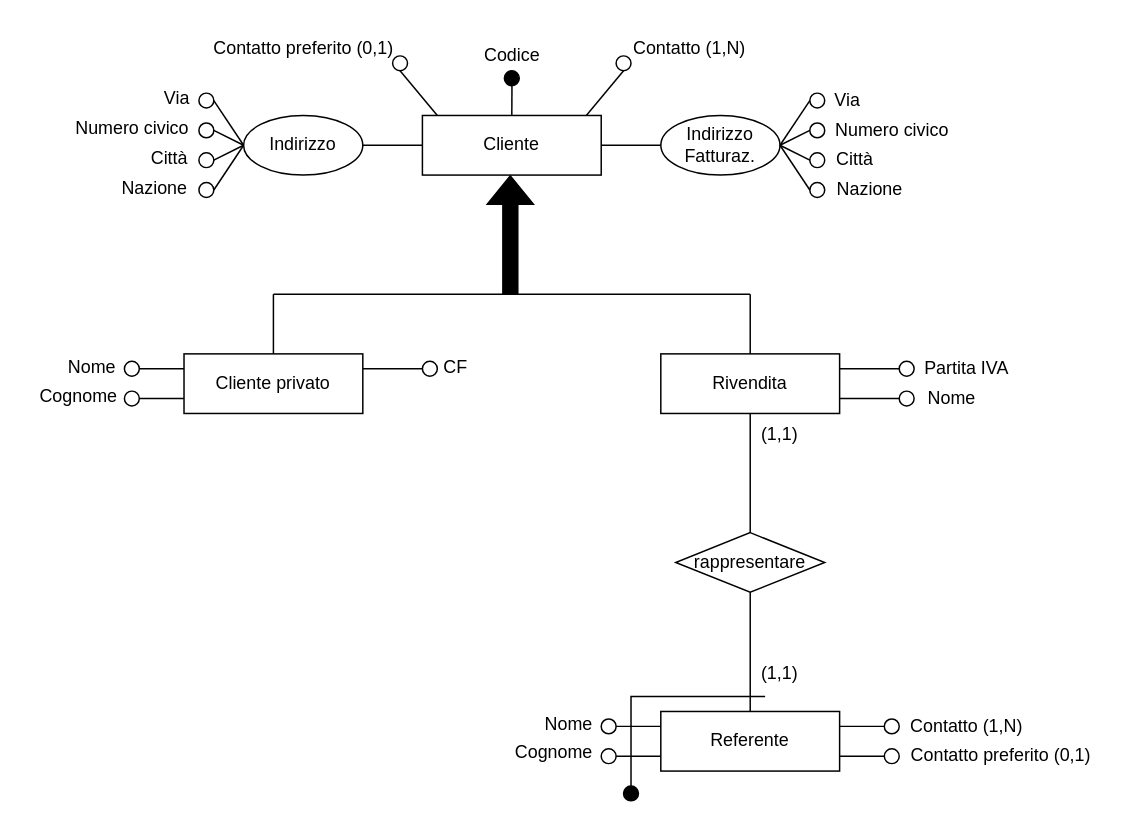
Before: ER-diagrams/ER-Clienti-bis.drawio in nic-agos/Verde-S.R.L, a draw.io diagram. Source tidied: cells renumbered, new cells numbered last; positions are measured from the earlier drawing's top-left corner, leaving out a move shared by most shapes. Both pictures are drawn from the tidied source at 149%, with x=0, y=0 at pixel (25, 33).
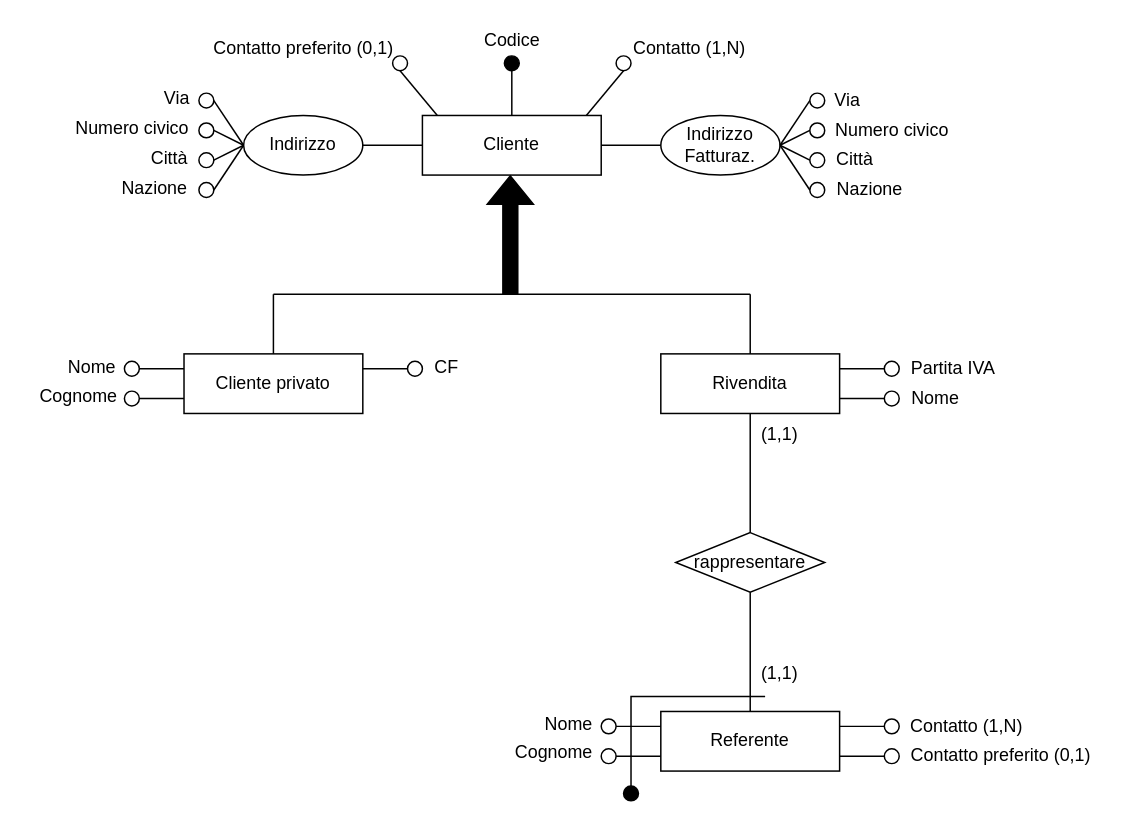
The same diagram, later.

Change to the diagram source:
```diff
@@
-    <mxCell id="3" style="endArrow=none;html=1;rounded=0;fillColor=#000000;entryX=0.166;entryY=0;entryDx=0;entryDy=0;entryPerimeter=0;" parent="1" edge="1">
+    <mxCell id="3" style="endArrow=none;html=1;rounded=0;fillColor=#000000;entryX=0.166;entryY=0;entryDx=0;entryDy=0;entryPerimeter=0;exitX=0.5;exitY=1;exitDx=0;exitDy=0;" parent="1" edge="1" source="4">
       <mxGeometry relative="1" as="geometry">
-        <mxPoint x="326.1" y="35" as="sourcePoint" />
         <mxPoint x="326" y="55" as="targetPoint" />
       </mxGeometry>
     </mxCell>
     <mxCell id="4" style="ellipse;whiteSpace=wrap;html=1;strokeWidth=1;fillColor=#000000;" parent="1" vertex="1">
-      <mxGeometry x="321" y="25" width="10" height="10" as="geometry" />
+      <mxGeometry x="321" y="15" width="10" height="10" as="geometry" />
     </mxCell>
     <mxCell id="5" value="Codice" style="text;html=1;align=center;verticalAlign=middle;strokeColor=none;fillColor=none;" parent="1" vertex="1">
-      <mxGeometry x="301" y="5" width="50" height="20" as="geometry" />
+      <mxGeometry x="301" y="-5" width="50" height="20" as="geometry" />
     </mxCell>
@@
     <mxCell id="52" style="ellipse;whiteSpace=wrap;html=1;strokeWidth=1;fillColor=none;" parent="1" vertex="1">
-      <mxGeometry x="266" y="220" width="10" height="10" as="geometry" />
+      <mxGeometry x="256" y="220" width="10" height="10" as="geometry" />
     </mxCell>
@@
     <mxCell id="54" value="CF" style="text;html=1;align=center;verticalAlign=middle;strokeColor=none;fillColor=none;" parent="1" vertex="1">
-      <mxGeometry x="273" y="214" width="30" height="20" as="geometry" />
+      <mxGeometry x="267" y="214" width="30" height="20" as="geometry" />
     </mxCell>
     <mxCell id="55" style="ellipse;whiteSpace=wrap;html=1;strokeWidth=1;fillColor=none;" parent="1" vertex="1">
-      <mxGeometry x="586" y="220" width="10" height="10" as="geometry" />
+      <mxGeometry x="576" y="220" width="10" height="10" as="geometry" />
     </mxCell>
     <mxCell id="56" style="ellipse;whiteSpace=wrap;html=1;strokeWidth=1;fillColor=none;" parent="1" vertex="1">
-      <mxGeometry x="586" y="240" width="10" height="10" as="geometry" />
+      <mxGeometry x="576" y="240" width="10" height="10" as="geometry" />
     </mxCell>
     <mxCell id="57" value="Partita IVA" style="text;html=1;align=center;verticalAlign=middle;strokeColor=none;fillColor=none;" parent="1" vertex="1">
-      <mxGeometry x="596" y="215" width="70" height="20" as="geometry" />
+      <mxGeometry x="587" y="215" width="70" height="20" as="geometry" />
     </mxCell>
     <mxCell id="58" value="Nome" style="text;html=1;align=center;verticalAlign=middle;strokeColor=none;fillColor=none;" parent="1" vertex="1">
-      <mxGeometry x="596" y="235" width="50" height="20" as="geometry" />
+      <mxGeometry x="585" y="235" width="50" height="20" as="geometry" />
     </mxCell>
```
